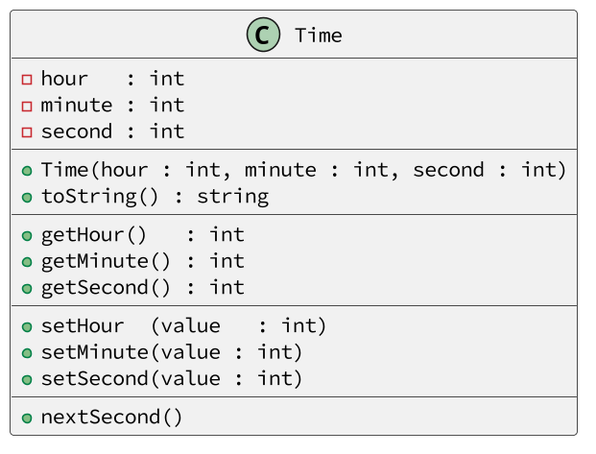
Before: base/036/diagrama.png, a diagram exported from PlantUML (qxcodepoo/arcade).
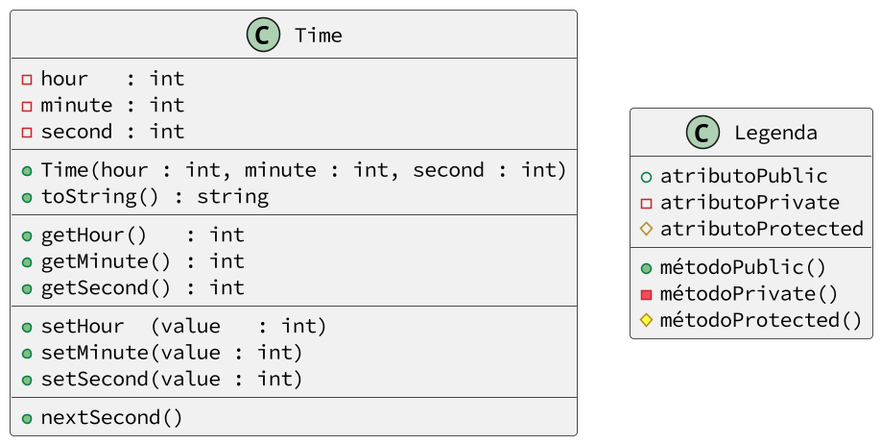
After the commit.

Diff of the diagram source:
```diff
@@ -19,4 +19,13 @@
   __
   + nextSecond()
 }
+class Legenda {
+  + atributoPublic
+  - atributoPrivate
+  # atributoProtected
+  __
+  + métodoPublic()
+  - métodoPrivate()
+  # métodoProtected()
+}
 @enduml
```
